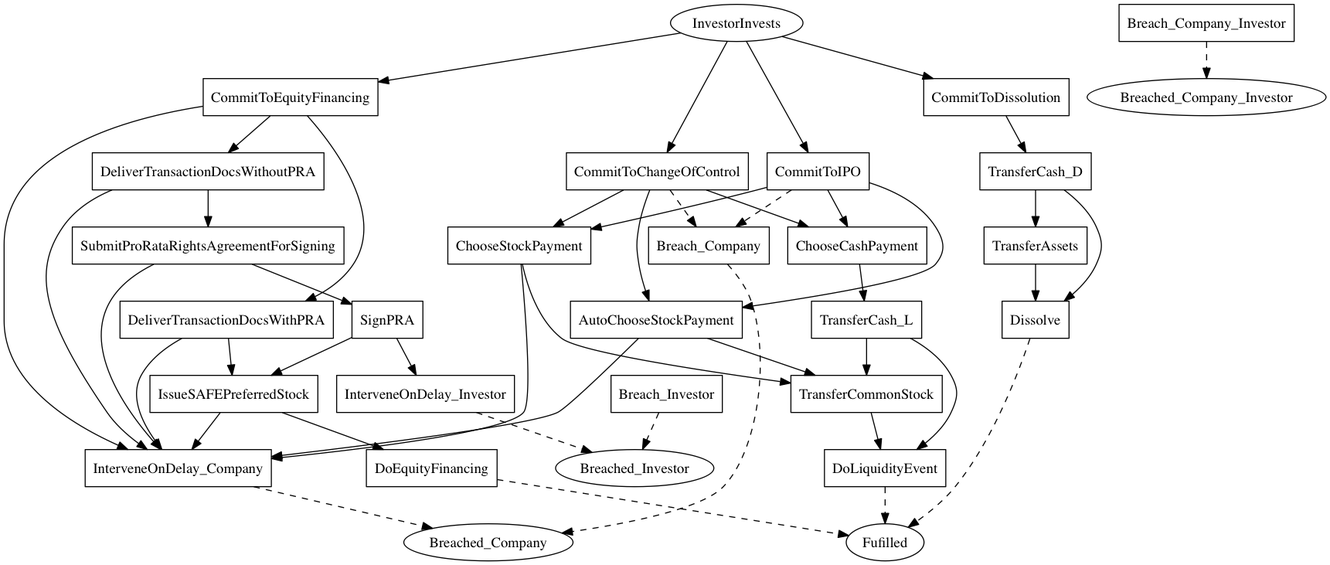
Earlier version of the Graphviz export linear_state_machine_language/pyL4/examples/out_graphviz/serious/SAFE_mfn.png (Marcao02/complaw-deeptech). Its source is kept beside it as linear_state_machine_language/pyL4/examples/out_graphviz/serious/SAFE_mfn.dot.
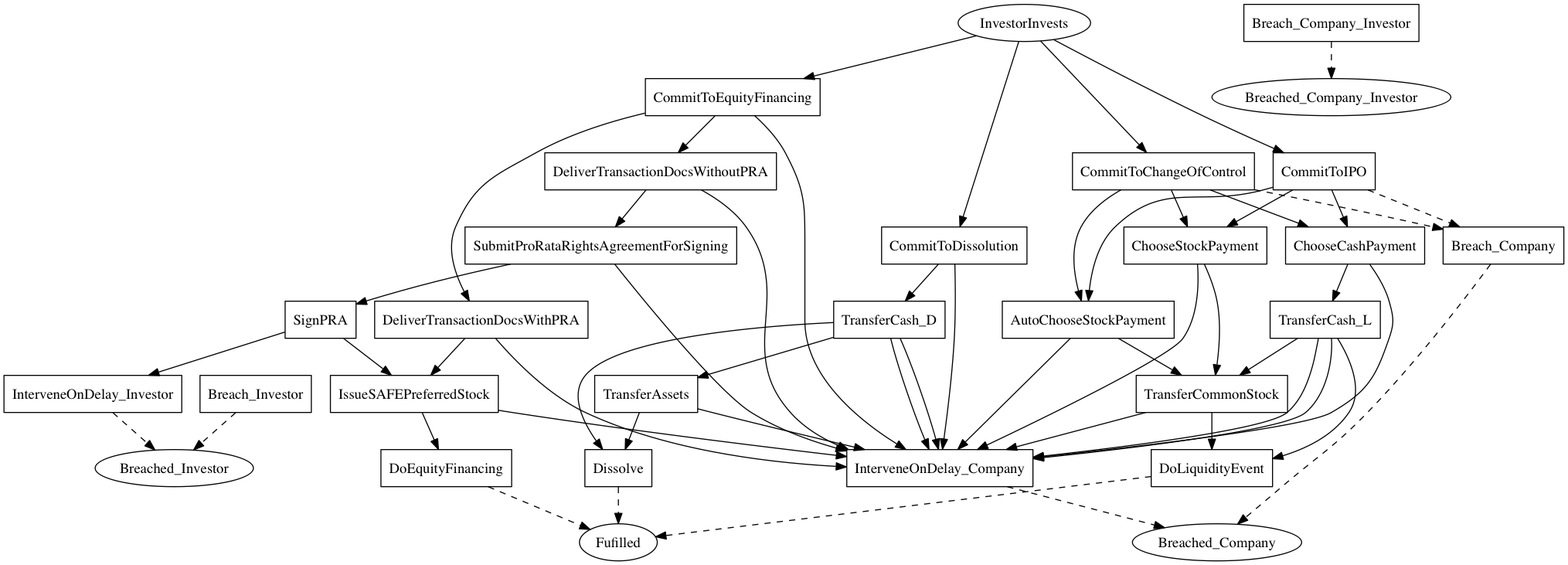
After the change.

Change to the diagram source:
```diff
@@ -64,13 +64,21 @@
 	ChooseStockPayment -> TransferCommonStock;
 	ChooseStockPayment -> InterveneOnDelay_Company;
 	TransferCommonStock -> DoLiquidityEvent;
+	TransferCommonStock -> InterveneOnDelay_Company;
 	ChooseCashPayment -> TransferCash_L;
+	ChooseCashPayment -> InterveneOnDelay_Company;
 	TransferCash_L -> TransferCommonStock;
+	TransferCash_L -> InterveneOnDelay_Company;
 	TransferCash_L -> DoLiquidityEvent;
+	TransferCash_L -> InterveneOnDelay_Company;
 	CommitToDissolution -> TransferCash_D;
+	CommitToDissolution -> InterveneOnDelay_Company;
 	TransferCash_D -> TransferAssets;
+	TransferCash_D -> InterveneOnDelay_Company;
 	TransferCash_D -> Dissolve;
-	TransferAssets -> Dissolve
+	TransferCash_D -> InterveneOnDelay_Company;
+	TransferAssets -> Dissolve;
+	TransferAssets -> InterveneOnDelay_Company
 
     DoEquityFinancing -> Fulfilled [style=dashed];
 	DoLiquidityEvent -> Fulfilled [style=dashed];
```
